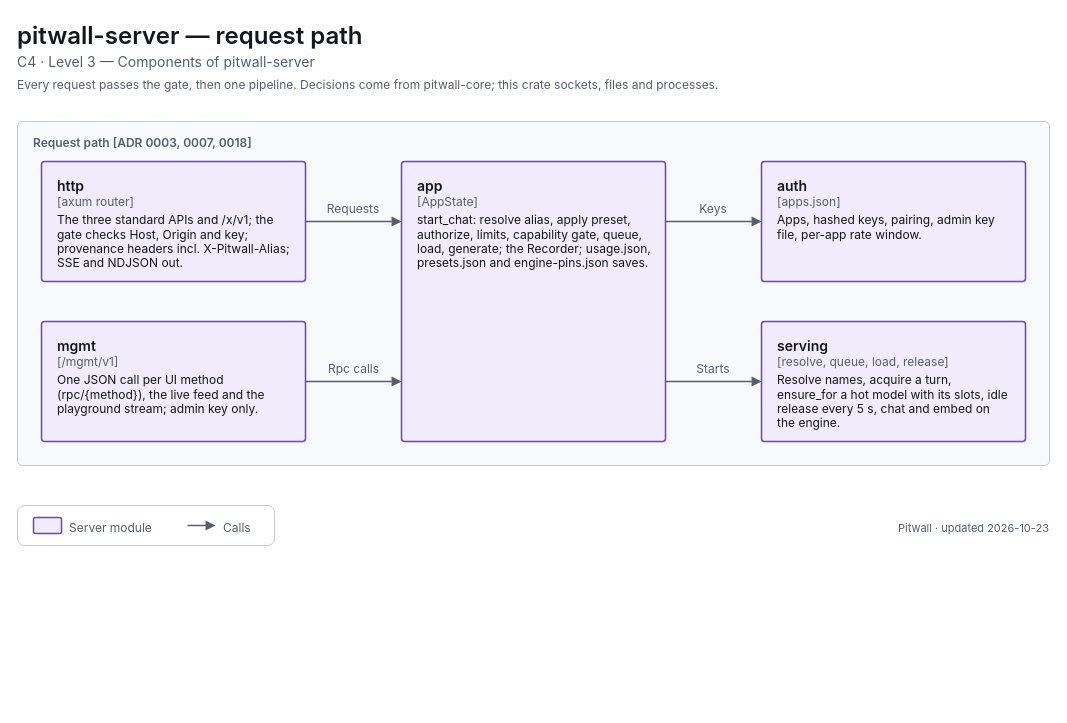
Above: apps/pitwall/docs/diagrams/c4-3-server-requests.drawio in decryp7/paddock (draw.io), before the change. Source tidied: cells renumbered, new cells numbered last; positions are measured from the earlier drawing's top-left corner, leaving out a move shared by most shapes. Both pictures are drawn from the tidied source at 100%, with x=0, y=0 at pixel (17, 17).
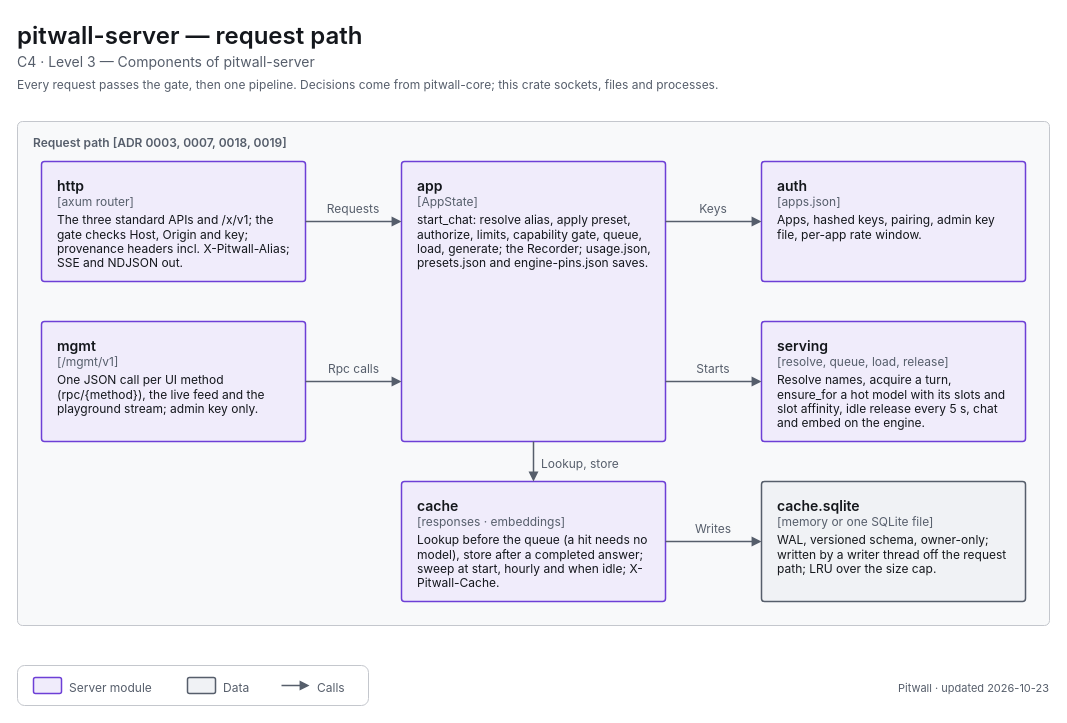
Above is the later version.

The change refers to these unchanged cells:
```xml
<mxCell id="8" value="&lt;span style=&quot;font-size:14px;font-weight:600&quot;&gt;app&lt;/span&gt;&lt;br&gt;&lt;span style=&quot;font-size:12px;color:light-dark(#565E6B,#A0A7B2)&quot;&gt;[AppState]&lt;/span&gt;&lt;br&gt;&lt;div style=&quot;margin-top:4px;font-size:12px&quot;&gt;start_chat: resolve alias, apply preset, authorize, limits, capability gate, queue, load, generate; the Recorder; usage.json, presets.json and engine-pins.json saves.&lt;/div&gt;" style="html=1;whiteSpace=wrap;fontFamily=-apple-system,BlinkMacSystemFont,Segoe UI,system-ui,sans-serif;fontSize=12;fontColor=light-dark(#14171C,#ECEEF1);rounded=1;absoluteArcSize=1;arcSize=6;strokeWidth=1.5;strokeColor=light-dark(#6D3FD6,#A58BFA);fillColor=light-dark(#F0ECFB,#2C2A3F);align=left;verticalAlign=top;spacingLeft=14;spacingRight=14;spacingTop=10;spacingBottom=8;" parent="1" vertex="1">
  <mxGeometry x="384" y="144" width="264" height="280" as="geometry" />
</mxCell>
```

Diff of the diagram source:
```diff
@@
-    <mxCell id="5" value="&lt;span style=&quot;font-size:12px;font-weight:600&quot;&gt;Request path [ADR 0003, 0007, 0018]&lt;/span&gt;" style="html=1;whiteSpace=wrap;fontFamily=-apple-system,BlinkMacSystemFont,Segoe UI,system-ui,sans-serif;fontSize=12;fontColor=light-dark(#14171C,#ECEEF1);rounded=1;absoluteArcSize=1;arcSize=10;strokeWidth=1;strokeColor=light-dark(#C4C7CD,#353A42);fillColor=light-dark(#F8F9FA,#121418);align=left;verticalAlign=top;spacingLeft=14;spacingTop=8;fontColor=light-dark(#565E6B,#A0A7B2);" parent="1" vertex="1">
-      <mxGeometry y="104" width="1032" height="344" as="geometry" />
+    <mxCell id="5" value="&lt;span style=&quot;font-size:12px;font-weight:600&quot;&gt;Request path [ADR 0003, 0007, 0018, 0019]&lt;/span&gt;" style="html=1;whiteSpace=wrap;fontFamily=-apple-system,BlinkMacSystemFont,Segoe UI,system-ui,sans-serif;fontSize=12;fontColor=light-dark(#14171C,#ECEEF1);rounded=1;absoluteArcSize=1;arcSize=10;strokeWidth=1;strokeColor=light-dark(#C4C7CD,#353A42);fillColor=light-dark(#F8F9FA,#121418);align=left;verticalAlign=top;spacingLeft=14;spacingTop=8;fontColor=light-dark(#565E6B,#A0A7B2);" parent="1" vertex="1">
+      <mxGeometry y="104" width="1032" height="504" as="geometry" />
     </mxCell>
@@
-    <mxCell id="10" value="&lt;span style=&quot;font-size:14px;font-weight:600&quot;&gt;serving&lt;/span&gt;&lt;br&gt;&lt;span style=&quot;font-size:12px;color:light-dark(#565E6B,#A0A7B2)&quot;&gt;[resolve, queue, load, release]&lt;/span&gt;&lt;br&gt;&lt;div style=&quot;margin-top:4px;font-size:12px&quot;&gt;Resolve names, acquire a turn, ensure_for a hot model with its slots, idle release every 5 s, chat and embed on the engine.&lt;/div&gt;" style="html=1;whiteSpace=wrap;fontFamily=-apple-system,BlinkMacSystemFont,Segoe UI,system-ui,sans-serif;fontSize=12;fontColor=light-dark(#14171C,#ECEEF1);rounded=1;absoluteArcSize=1;arcSize=6;strokeWidth=1.5;strokeColor=light-dark(#6D3FD6,#A58BFA);fillColor=light-dark(#F0ECFB,#2C2A3F);align=left;verticalAlign=top;spacingLeft=14;spacingRight=14;spacingTop=10;spacingBottom=8;" parent="1" vertex="1">
+    <mxCell id="10" value="&lt;span style=&quot;font-size:14px;font-weight:600&quot;&gt;serving&lt;/span&gt;&lt;br&gt;&lt;span style=&quot;font-size:12px;color:light-dark(#565E6B,#A0A7B2)&quot;&gt;[resolve, queue, load, release]&lt;/span&gt;&lt;br&gt;&lt;div style=&quot;margin-top:4px;font-size:12px&quot;&gt;Resolve names, acquire a turn, ensure_for a hot model with its slots and slot affinity, idle release every 5 s, chat and embed on the engine.&lt;/div&gt;" style="html=1;whiteSpace=wrap;fontFamily=-apple-system,BlinkMacSystemFont,Segoe UI,system-ui,sans-serif;fontSize=12;fontColor=light-dark(#14171C,#ECEEF1);rounded=1;absoluteArcSize=1;arcSize=6;strokeWidth=1.5;strokeColor=light-dark(#6D3FD6,#A58BFA);fillColor=light-dark(#F0ECFB,#2C2A3F);align=left;verticalAlign=top;spacingLeft=14;spacingRight=14;spacingTop=10;spacingBottom=8;" parent="1" vertex="1">
       <mxGeometry x="744" y="304" width="264" height="120" as="geometry" />
     </mxCell>
+    <mxCell id="25" value="&lt;span style=&quot;font-size:14px;font-weight:600&quot;&gt;cache&lt;/span&gt;&lt;br&gt;&lt;span style=&quot;font-size:12px;color:light-dark(#565E6B,#A0A7B2)&quot;&gt;[responses · embeddings]&lt;/span&gt;&lt;br&gt;&lt;div style=&quot;margin-top:4px;font-size:12px&quot;&gt;Lookup before the queue (a hit needs no model), store after a completed answer; sweep at start, hourly and when idle; X-Pitwall-Cache.&lt;/div&gt;" style="html=1;whiteSpace=wrap;fontFamily=-apple-system,BlinkMacSystemFont,Segoe UI,system-ui,sans-serif;fontSize=12;fontColor=light-dark(#14171C,#ECEEF1);rounded=1;absoluteArcSize=1;arcSize=6;strokeWidth=1.5;strokeColor=light-dark(#6D3FD6,#A58BFA);fillColor=light-dark(#F0ECFB,#2C2A3F);align=left;verticalAlign=top;spacingLeft=14;spacingRight=14;spacingTop=10;spacingBottom=8;" parent="1" vertex="1">
+      <mxGeometry x="384" y="464" width="264" height="120" as="geometry" />
+    </mxCell>
+    <mxCell id="26" value="&lt;span style=&quot;font-size:14px;font-weight:600&quot;&gt;cache.sqlite&lt;/span&gt;&lt;br&gt;&lt;span style=&quot;font-size:12px;color:light-dark(#565E6B,#A0A7B2)&quot;&gt;[memory or one SQLite file]&lt;/span&gt;&lt;br&gt;&lt;div style=&quot;margin-top:4px;font-size:12px&quot;&gt;WAL, versioned schema, owner-only; written by a writer thread off the request path; LRU over the size cap.&lt;/div&gt;" style="html=1;whiteSpace=wrap;fontFamily=-apple-system,BlinkMacSystemFont,Segoe UI,system-ui,sans-serif;fontSize=12;fontColor=light-dark(#14171C,#ECEEF1);rounded=1;absoluteArcSize=1;arcSize=6;strokeWidth=1.5;strokeColor=light-dark(#565E6B,#A0A7B2);fillColor=light-dark(#F0F2F5,#1B1E23);align=left;verticalAlign=top;spacingLeft=14;spacingRight=14;spacingTop=10;spacingBottom=8;" parent="1" vertex="1">
+      <mxGeometry x="744" y="464" width="264" height="120" as="geometry" />
+    </mxCell>
@@
-    <mxCell id="19" style="rounded=1;absoluteArcSize=1;arcSize=14;strokeWidth=1;strokeColor=light-dark(#C4C7CD,#353A42);fillColor=none;" parent="1" vertex="1">
-      <mxGeometry y="488" width="257" height="40" as="geometry" />
-    </mxCell>
-    <mxCell id="20" style="rounded=1;absoluteArcSize=1;arcSize=4;strokeWidth=1.5;strokeColor=light-dark(#6D3FD6,#A58BFA);fillColor=light-dark(#F0ECFB,#2C2A3F);" parent="1" vertex="1">
-      <mxGeometry x="16" y="500" width="28" height="16" as="geometry" />
+    <mxCell id="20" style="edgeStyle=orthogonalEdgeStyle;rounded=1;arcSize=8;jettySize=auto;html=1;strokeWidth=1.5;strokeColor=light-dark(#565E6B,#A0A7B2);endArrow=block;endFill=1;endSize=6;startArrow=none;startFill=0;startSize=8;exitX=0.5000;exitY=1.0000;exitDx=0;exitDy=0;exitPerimeter=0;entryX=0.5000;entryY=0.0000;entryDx=0;entryDy=0;entryPerimeter=0;" parent="1" edge="1" source="8" target="25">
+      <mxGeometry relative="1" as="geometry" />
     </mxCell>
-    <mxCell id="21" value="&lt;span style=&quot;font-size:12px;font-weight:400&quot;&gt;Server module&lt;/span&gt;" style="html=1;whiteSpace=wrap;fontFamily=-apple-system,BlinkMacSystemFont,Segoe UI,system-ui,sans-serif;fontSize=12;fontColor=light-dark(#14171C,#ECEEF1);text;strokeColor=none;fillColor=none;align=left;verticalAlign=top;spacing=0;fontColor=light-dark(#565E6B,#A0A7B2);" parent="1" vertex="1">
-      <mxGeometry x="52" y="499" width="94" height="18" as="geometry" />
+    <mxCell id="21" value="&lt;span style=&quot;font-size:12px;font-weight:400&quot;&gt;Lookup, store&lt;/span&gt;" style="html=1;whiteSpace=wrap;fontFamily=-apple-system,BlinkMacSystemFont,Segoe UI,system-ui,sans-serif;fontSize=12;fontColor=light-dark(#14171C,#ECEEF1);text;strokeColor=none;fillColor=none;align=left;verticalAlign=top;spacing=0;fontColor=light-dark(#565E6B,#A0A7B2);" parent="1" vertex="1">
+      <mxGeometry x="524" y="435" width="94" height="18" as="geometry" />
     </mxCell>
-    <mxCell id="22" style="edgeStyle=none;rounded=1;html=1;strokeWidth=1.5;strokeColor=light-dark(#565E6B,#A0A7B2);endArrow=block;endFill=1;endSize=6;" parent="1" edge="1">
-      <mxGeometry relative="1" as="geometry">
-        <mxPoint x="170" y="508" as="sourcePoint" />
-        <mxPoint x="198" y="508" as="targetPoint" />
-      </mxGeometry>
+    <mxCell id="22" style="edgeStyle=orthogonalEdgeStyle;rounded=1;arcSize=8;jettySize=auto;html=1;strokeWidth=1.5;strokeColor=light-dark(#565E6B,#A0A7B2);endArrow=block;endFill=1;endSize=6;startArrow=none;startFill=0;startSize=8;exitX=1.0000;exitY=0.5000;exitDx=0;exitDy=0;exitPerimeter=0;entryX=0.0000;entryY=0.5000;entryDx=0;entryDy=0;entryPerimeter=0;" parent="1" edge="1" source="25" target="26">
+      <mxGeometry relative="1" as="geometry" />
     </mxCell>
-    <mxCell id="23" value="&lt;span style=&quot;font-size:12px;font-weight:400&quot;&gt;Calls&lt;/span&gt;" style="html=1;whiteSpace=wrap;fontFamily=-apple-system,BlinkMacSystemFont,Segoe UI,system-ui,sans-serif;fontSize=12;fontColor=light-dark(#14171C,#ECEEF1);text;strokeColor=none;fillColor=none;align=left;verticalAlign=top;spacing=0;fontColor=light-dark(#565E6B,#A0A7B2);" parent="1" vertex="1">
-      <mxGeometry x="206" y="499" width="35" height="18" as="geometry" />
+    <mxCell id="23" value="&lt;span style=&quot;font-size:12px;font-weight:400&quot;&gt;Writes&lt;/span&gt;" style="html=1;whiteSpace=wrap;fontFamily=-apple-system,BlinkMacSystemFont,Segoe UI,system-ui,sans-serif;fontSize=12;fontColor=light-dark(#14171C,#ECEEF1);text;strokeColor=none;fillColor=none;align=center;verticalAlign=top;spacing=0;fontColor=light-dark(#565E6B,#A0A7B2);" parent="1" vertex="1">
+      <mxGeometry x="670" y="500" width="52" height="18" as="geometry" />
     </mxCell>
+    <mxCell id="19" style="rounded=1;absoluteArcSize=1;arcSize=14;strokeWidth=1;strokeColor=light-dark(#C4C7CD,#353A42);fillColor=none;" parent="1" vertex="1">
+      <mxGeometry y="648" width="351" height="40" as="geometry" />
+    </mxCell>
+    <mxCell id="27" style="rounded=1;absoluteArcSize=1;arcSize=4;strokeWidth=1.5;strokeColor=light-dark(#6D3FD6,#A58BFA);fillColor=light-dark(#F0ECFB,#2C2A3F);" parent="1" vertex="1">
+      <mxGeometry x="16" y="660" width="28" height="16" as="geometry" />
+    </mxCell>
+    <mxCell id="28" value="&lt;span style=&quot;font-size:12px;font-weight:400&quot;&gt;Server module&lt;/span&gt;" style="html=1;whiteSpace=wrap;fontFamily=-apple-system,BlinkMacSystemFont,Segoe UI,system-ui,sans-serif;fontSize=12;fontColor=light-dark(#14171C,#ECEEF1);text;strokeColor=none;fillColor=none;align=left;verticalAlign=top;spacing=0;fontColor=light-dark(#565E6B,#A0A7B2);" parent="1" vertex="1">
+      <mxGeometry x="52" y="659" width="94" height="18" as="geometry" />
+    </mxCell>
+    <mxCell id="29" style="rounded=1;absoluteArcSize=1;arcSize=4;strokeWidth=1.5;strokeColor=light-dark(#565E6B,#A0A7B2);fillColor=light-dark(#F0F2F5,#1B1E23);" parent="1" vertex="1">
+      <mxGeometry x="170" y="660" width="28" height="16" as="geometry" />
+    </mxCell>
+    <mxCell id="30" value="&lt;span style=&quot;font-size:12px;font-weight:400&quot;&gt;Data&lt;/span&gt;" style="html=1;whiteSpace=wrap;fontFamily=-apple-system,BlinkMacSystemFont,Segoe UI,system-ui,sans-serif;fontSize=12;fontColor=light-dark(#14171C,#ECEEF1);text;strokeColor=none;fillColor=none;align=left;verticalAlign=top;spacing=0;fontColor=light-dark(#565E6B,#A0A7B2);" parent="1" vertex="1">
+      <mxGeometry x="206" y="659" width="34" height="18" as="geometry" />
+    </mxCell>
+    <mxCell id="31" style="edgeStyle=none;rounded=1;html=1;strokeWidth=1.5;strokeColor=light-dark(#565E6B,#A0A7B2);endArrow=block;endFill=1;endSize=6;" parent="1" edge="1">
+      <mxGeometry relative="1" as="geometry">
+        <mxPoint x="264" y="668" as="sourcePoint" />
+        <mxPoint x="292" y="668" as="targetPoint" />
+      </mxGeometry>
+    </mxCell>
+    <mxCell id="32" value="&lt;span style=&quot;font-size:12px;font-weight:400&quot;&gt;Calls&lt;/span&gt;" style="html=1;whiteSpace=wrap;fontFamily=-apple-system,BlinkMacSystemFont,Segoe UI,system-ui,sans-serif;fontSize=12;fontColor=light-dark(#14171C,#ECEEF1);text;strokeColor=none;fillColor=none;align=left;verticalAlign=top;spacing=0;fontColor=light-dark(#565E6B,#A0A7B2);" parent="1" vertex="1">
+      <mxGeometry x="300" y="659" width="35" height="18" as="geometry" />
+    </mxCell>
     <mxCell id="24" value="&lt;span style=&quot;font-size:11px;font-weight:400&quot;&gt;Pitwall · updated 2026-10-23&lt;/span&gt;" style="html=1;whiteSpace=wrap;fontFamily=-apple-system,BlinkMacSystemFont,Segoe UI,system-ui,sans-serif;fontSize=12;fontColor=light-dark(#14171C,#ECEEF1);text;strokeColor=none;fillColor=none;align=right;verticalAlign=top;spacing=0;fontColor=light-dark(#565E6B,#A0A7B2);" parent="1" vertex="1">
-      <mxGeometry x="672" y="499" width="360" height="18" as="geometry" />
+      <mxGeometry x="672" y="659" width="360" height="18" as="geometry" />
     </mxCell>
```
